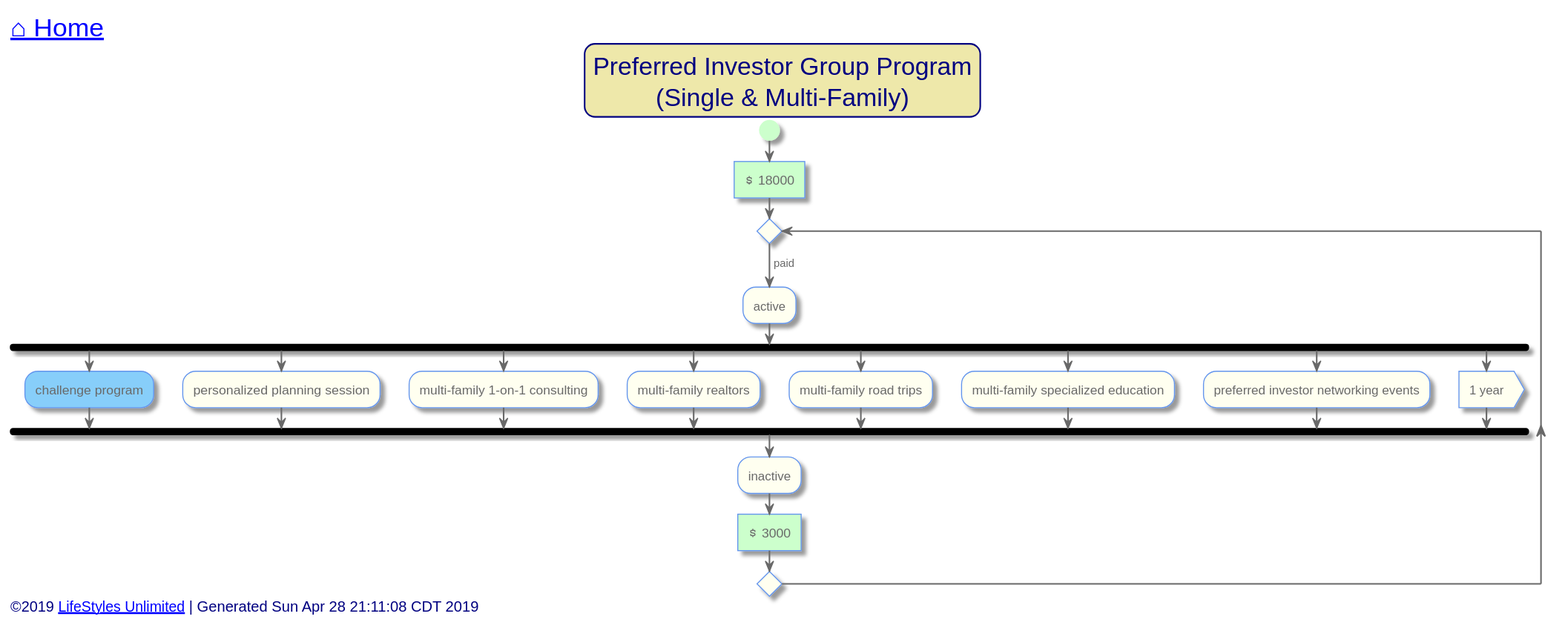
Above: out/src/multi-family/preferred-investor-group-program.svg in toddmo/lifestylesunlimited (PlantUML), before the change.
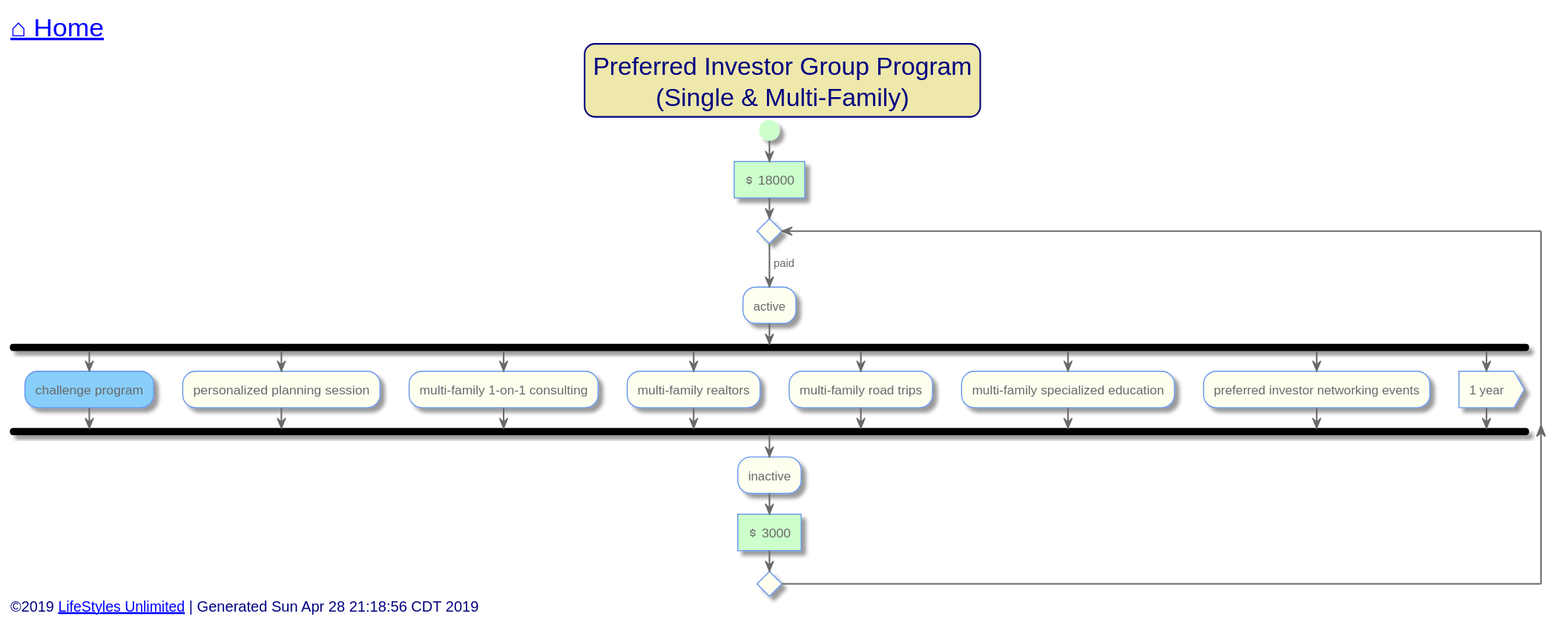
After the change.

Change to the diagram source:
```diff
@@ -112,7 +112,7 @@
 
 
 left footer
-	<font size=14>©2019 [[http://www.lifestylesunlimited.com LifeStyles Unlimited]] | Generated Sun Apr 28 21:11:08 CDT 2019</font>
+	<font size=14>©2019 [[http://www.lifestylesunlimited.com LifeStyles Unlimited]] | Generated Sun Apr 28 21:18:56 CDT 2019</font>
 endfooter
 
 
```
